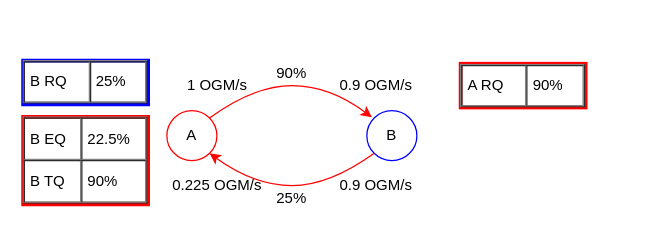
Before: img/A-OGM.drawio in mngr0/wireless_presentation, a draw.io diagram. Source tidied: cells renumbered, new cells numbered last; positions are measured from the earlier drawing's top-left corner, leaving out a move shared by most shapes. Both pictures are drawn from the tidied source at 125%, with x=0, y=0 at pixel (22, 60).
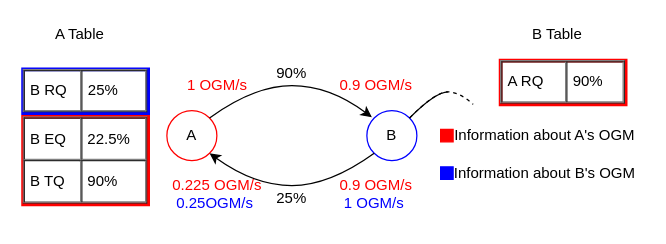
The same diagram, later.

Unchanged cells that the change refers to:
```xml
<mxCell id="2" value="A" style="ellipse;whiteSpace=wrap;html=1;strokeColor=#FF0000;" parent="1" vertex="1">
  <mxGeometry x="115" y="40" width="40" height="40" as="geometry" />
</mxCell>
<mxCell id="4" value="B" style="ellipse;whiteSpace=wrap;html=1;strokeColor=#0000FF;" parent="1" vertex="1">
  <mxGeometry x="275" y="40" width="40" height="40" as="geometry" />
</mxCell>
```

Change to the diagram source:
```diff
@@
-    <mxCell id="3" style="curved=1;endArrow=classic;html=1;exitX=1;exitY=0;exitDx=0;exitDy=0;entryX=0.1;entryY=0.133;entryDx=0;entryDy=0;entryPerimeter=0;strokeColor=#FF0000;" parent="1" edge="1" source="2" target="4">
+    <mxCell id="3" style="curved=1;endArrow=classic;html=1;exitX=1;exitY=0;exitDx=0;exitDy=0;entryX=0.1;entryY=0.133;entryDx=0;entryDy=0;entryPerimeter=0;strokeColor=#000000;" parent="1" edge="1" source="2" target="4">
       <mxGeometry relative="1" as="geometry">
         <Array as="points">
           <mxPoint x="185" y="20" />
           <mxPoint x="245" y="20" />
         </Array>
       </mxGeometry>
     </mxCell>
@@
-    <mxCell id="5" style="curved=1;endArrow=none;html=1;exitX=1;exitY=1;exitDx=0;exitDy=0;entryX=0;entryY=1;entryDx=0;entryDy=0;startArrow=classic;startFill=1;endFill=0;strokeColor=#FF0000;" parent="1" edge="1" source="2" target="4">
+    <mxCell id="5" style="curved=1;endArrow=none;html=1;exitX=1;exitY=1;exitDx=0;exitDy=0;entryX=0;entryY=1;entryDx=0;entryDy=0;startArrow=classic;startFill=1;endFill=0;strokeColor=#000000;" parent="1" edge="1" source="2" target="4">
       <mxGeometry relative="1" as="geometry">
         <Array as="points">
           <mxPoint x="185" y="100" />
           <mxPoint x="245" y="100" />
         </Array>
       </mxGeometry>
     </mxCell>
@@
-    <mxCell id="8" value="1 OGM/s" style="text;html=1;align=center;verticalAlign=middle;" parent="1" vertex="1">
+    <mxCell id="8" value="&lt;font color=&quot;#FF0000&quot;&gt;1 OGM/s&lt;/font&gt;" style="text;html=1;align=center;verticalAlign=middle;" parent="1" vertex="1">
       <mxGeometry x="125" y="10" width="60" height="20" as="geometry" />
     </mxCell>
-    <mxCell id="9" value="0.9 OGM/s" style="text;html=1;align=center;verticalAlign=middle;" parent="1" vertex="1">
+    <mxCell id="9" value="0.9 OGM/s" style="text;html=1;align=center;verticalAlign=middle;fontColor=#FF0000;" parent="1" vertex="1">
       <mxGeometry x="247" y="10" width="70" height="20" as="geometry" />
     </mxCell>
-    <mxCell id="10" value="0.9 OGM/s" style="text;html=1;align=center;verticalAlign=middle;" parent="1" vertex="1">
+    <mxCell id="10" value="0.9 OGM/s" style="text;html=1;align=center;verticalAlign=middle;fontColor=#FF0000;" parent="1" vertex="1">
       <mxGeometry x="247" y="90" width="70" height="20" as="geometry" />
     </mxCell>
-    <mxCell id="11" value="0.225 OGM/s" style="text;html=1;align=center;verticalAlign=middle;" parent="1" vertex="1">
+    <mxCell id="11" value="0.225 OGM/s" style="text;html=1;align=center;verticalAlign=middle;fontColor=#FF0000;" parent="1" vertex="1">
       <mxGeometry x="110" y="90" width="90" height="20" as="geometry" />
     </mxCell>
@@
     <mxCell id="13" value="&lt;table style=&quot;font-size: 1em ; width: 100% ; height: 100%&quot; cellspacing=&quot;0&quot; cellpadding=&quot;4&quot; border=&quot;1&quot;&gt;&lt;tbody&gt;&lt;tr&gt;&lt;td&gt;A RQ&lt;br&gt;&lt;/td&gt;&lt;td&gt;90%&lt;/td&gt;&lt;/tr&gt;&lt;/tbody&gt;&lt;/table&gt; " style="verticalAlign=top;align=left;overflow=fill;fontSize=12;fontFamily=Helvetica;html=1;strokeColor=#FF0000;strokeWidth=3;" parent="1" vertex="1">
-      <mxGeometry x="350" y="2.5" width="100" height="35" as="geometry" />
+      <mxGeometry x="382" width="100" height="35" as="geometry" />
     </mxCell>
-    <mxCell id="14" value="&lt;table style=&quot;font-size: 1em ; width: 100% ; height: 100%&quot; cellspacing=&quot;0&quot; cellpadding=&quot;4&quot; border=&quot;1&quot;&gt;&lt;tbody&gt;&lt;tr&gt;&lt;td&gt;B RQ&lt;br&gt;&lt;/td&gt;&lt;td&gt;25%&lt;/td&gt;&lt;/tr&gt;&lt;/tbody&gt;&lt;/table&gt; " style="verticalAlign=top;align=left;overflow=fill;fontSize=12;fontFamily=Helvetica;html=1;strokeColor=#0000FF;strokeWidth=3;" parent="1" vertex="1">
-      <mxGeometry width="100" height="35" as="geometry" />
+    <mxCell id="14" value="&lt;table style=&quot;font-size: 1em ; width: 100% ; height: 100%&quot; cellspacing=&quot;0&quot; cellpadding=&quot;4&quot; border=&quot;1&quot;&gt;&lt;tbody&gt;&lt;tr&gt;&lt;td&gt;B RQ&lt;br&gt;&lt;/td&gt;&lt;td&gt;25%&amp;nbsp;&amp;nbsp;&amp;nbsp; &lt;br&gt;&lt;/td&gt;&lt;/tr&gt;&lt;/tbody&gt;&lt;/table&gt; " style="verticalAlign=top;align=left;overflow=fill;fontSize=12;fontFamily=Helvetica;html=1;strokeColor=#0000FF;strokeWidth=3;" parent="1" vertex="1">
+      <mxGeometry y="7" width="100" height="35" as="geometry" />
     </mxCell>
+    <mxCell id="15" value="&lt;font color=&quot;#0000FF&quot;&gt;1 OGM/s&lt;/font&gt;" style="text;whiteSpace=wrap;html=1;fontColor=#FF0000;" parent="1" vertex="1">
+      <mxGeometry x="255" y="100" width="70" height="30" as="geometry" />
+    </mxCell>
+    <mxCell id="16" style="curved=1;endArrow=none;html=1;strokeColor=#000000;fontColor=#FF0000;exitX=1;exitY=0;exitDx=0;exitDy=0;endFill=0;" parent="1" edge="1" source="4">
+      <mxGeometry relative="1" as="geometry">
+        <mxPoint x="340" y="25" as="targetPoint" />
+        <Array as="points">
+          <mxPoint x="330" y="25" />
+        </Array>
+      </mxGeometry>
+    </mxCell>
+    <mxCell id="17" style="curved=1;endArrow=none;html=1;strokeColor=#000000;fontColor=#FF0000;exitX=1;exitY=0;exitDx=0;exitDy=0;endFill=0;dashed=1;" parent="1" edge="1" source="4">
+      <mxGeometry relative="1" as="geometry">
+        <mxPoint x="360" y="35" as="targetPoint" />
+        <Array as="points">
+          <mxPoint x="330" y="25" />
+          <mxPoint x="349" y="25" />
+        </Array>
+      </mxGeometry>
+    </mxCell>
+    <mxCell id="18" style="rounded=0;whiteSpace=wrap;html=1;fontColor=#FF0000;strokeColor=#0000FF;fillColor=#0000FF;" parent="1" vertex="1">
+      <mxGeometry x="334" y="85" width="10" height="10" as="geometry" />
+    </mxCell>
+    <mxCell id="19" style="rounded=0;whiteSpace=wrap;html=1;fontColor=#FF0000;strokeColor=#FF0000;fillColor=#FF0000;" parent="1" vertex="1">
+      <mxGeometry x="334" y="55" width="10" height="10" as="geometry" />
+    </mxCell>
+    <mxCell id="20" value="&lt;div&gt;Information about B's OGM&lt;/div&gt;" style="text;html=1;align=center;verticalAlign=middle;fontColor=#000000;" parent="1" vertex="1">
+      <mxGeometry x="337" y="80" width="160" height="20" as="geometry" />
+    </mxCell>
+    <mxCell id="21" value="&lt;div&gt;A Table&lt;/div&gt;" style="text;html=1;align=center;verticalAlign=middle;fontColor=#000000;" parent="1" vertex="1">
+      <mxGeometry x="15" y="-31" width="60" height="20" as="geometry" />
+    </mxCell>
+    <mxCell id="22" value="&lt;div&gt;Information about A's OGM&lt;/div&gt;" style="text;html=1;align=center;verticalAlign=middle;fontColor=#000000;" parent="1" vertex="1">
+      <mxGeometry x="337" y="50" width="160" height="20" as="geometry" />
+    </mxCell>
+    <mxCell id="23" value="&lt;div&gt;&lt;font color=&quot;#0000FF&quot;&gt;0.25OGM/s&lt;/font&gt;&lt;/div&gt;" style="text;whiteSpace=wrap;html=1;fontColor=#000000;" parent="1" vertex="1">
+      <mxGeometry x="121" y="100" width="90" height="30" as="geometry" />
+    </mxCell>
+    <mxCell id="24" value="B Table" style="text;html=1;align=center;verticalAlign=middle;fontColor=#000000;" parent="1" vertex="1">
+      <mxGeometry x="397" y="-31" width="60" height="20" as="geometry" />
+    </mxCell>
```
